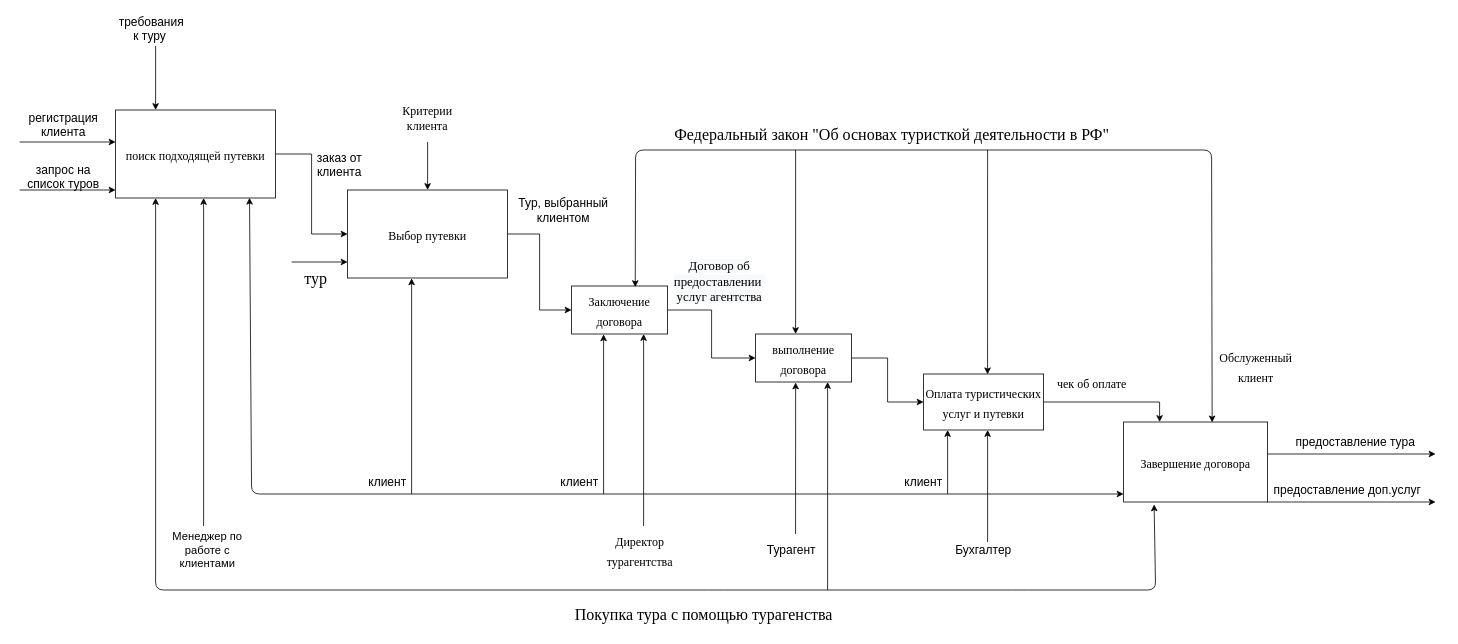
This is Tyragenstvo_IDEF0.drawio from xnfey/IDEF0-fm-, a draw.io file, before an edit. Source tidied: cells renumbered, new cells numbered last; positions are measured from the earlier drawing's top-left corner, leaving out a move shared by most shapes. Both pictures are drawn from the tidied source at 80%, with x=0, y=0 at pixel (19, 14).
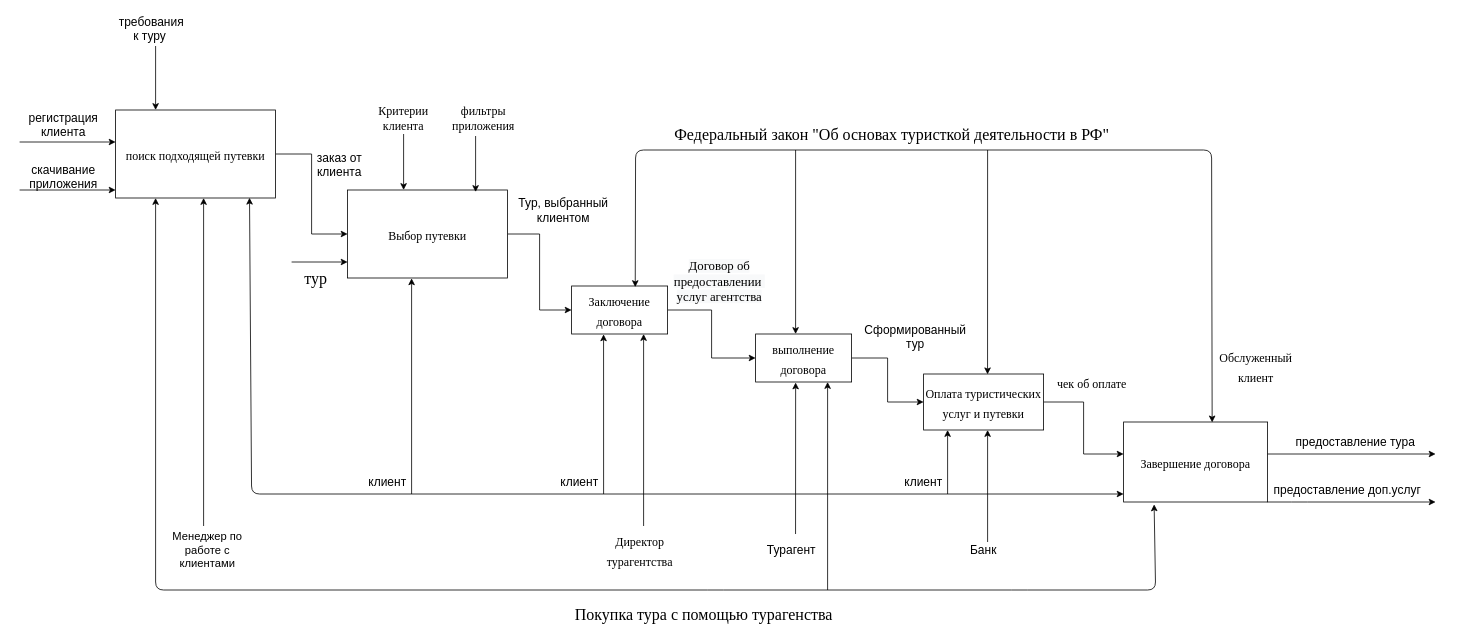
Above is the later version.

Unchanged cells that the change refers to:
```xml
<mxCell id="3" value="&lt;span style=&quot;font-size: 15px;&quot;&gt;Выбор путевки&lt;/span&gt;" style="rounded=0;whiteSpace=wrap;html=1;fontSize=20;fontFamily=Times New Roman;" parent="1" vertex="1">
  <mxGeometry x="410" y="220" width="200" height="110" as="geometry" />
</mxCell>
<mxCell id="16" value="&lt;span style=&quot;font-size: 15px;&quot;&gt;Оплата туристических услуг и путевки&lt;/span&gt;" style="rounded=0;whiteSpace=wrap;html=1;fontFamily=Times New Roman;fontSize=20;" parent="1" vertex="1">
  <mxGeometry x="1130" y="450" width="150" height="70" as="geometry" />
</mxCell>
<mxCell id="17" value="&lt;font style=&quot;font-size: 15px;&quot;&gt;Завершение договора&lt;/font&gt;" style="rounded=0;whiteSpace=wrap;html=1;fontFamily=Times New Roman;fontSize=20;" parent="1" vertex="1">
  <mxGeometry x="1380" y="510" width="180" height="100" as="geometry" />
</mxCell>
```

Change to the diagram source:
```diff
@@
-    <mxCell id="15" style="edgeStyle=orthogonalEdgeStyle;rounded=0;jettySize=auto;html=1;entryX=0.25;entryY=0;entryDx=0;entryDy=0;fontFamily=Times New Roman;fontSize=20;" parent="1" edge="1" source="16" target="17">
+    <mxCell id="15" style="edgeStyle=orthogonalEdgeStyle;rounded=0;jettySize=auto;html=1;entryX=0;entryY=0.4;entryDx=0;entryDy=0;fontFamily=Times New Roman;fontSize=20;entryPerimeter=0;" parent="1" edge="1" source="16" target="17">
       <mxGeometry relative="1" as="geometry" />
     </mxCell>
@@
-    <mxCell id="22" style="endArrow=classic;html=1;rounded=0;fontFamily=Times New Roman;fontSize=20;entryX=0.5;entryY=0;entryDx=0;entryDy=0;" parent="1" edge="1" target="3">
-      <mxGeometry relative="1" as="geometry">
-        <mxPoint x="510" y="160" as="sourcePoint" />
-      </mxGeometry>
-    </mxCell>
@@
-    <mxCell id="38" value="запрос на список туров" style="text;html=1;strokeColor=none;fillColor=none;align=center;verticalAlign=middle;whiteSpace=wrap;rounded=0;strokeWidth=15;fontSize=15;" parent="1" vertex="1">
+    <mxCell id="38" value="скачивание приложения" style="text;html=1;strokeColor=none;fillColor=none;align=center;verticalAlign=middle;whiteSpace=wrap;rounded=0;strokeWidth=15;fontSize=15;" parent="1" vertex="1">
       <mxGeometry y="185" width="110" height="35" as="geometry" />
     </mxCell>
@@
+    <mxCell id="54" style="edgeStyle=orthogonalEdgeStyle;rounded=0;jettySize=auto;html=1;" parent="1" edge="1" source="41" target="3">
+      <mxGeometry relative="1" as="geometry">
+        <Array as="points">
+          <mxPoint x="480" y="180" />
+          <mxPoint x="480" y="180" />
+        </Array>
+      </mxGeometry>
+    </mxCell>
     <mxCell id="41" value="&lt;span style=&quot;font-family: &amp;quot;Times New Roman&amp;quot;;&quot;&gt;Критерии&lt;/span&gt;&lt;br style=&quot;font-family: &amp;quot;Times New Roman&amp;quot;;&quot;&gt;&lt;span style=&quot;font-family: &amp;quot;Times New Roman&amp;quot;;&quot;&gt;клиента&lt;/span&gt;" style="text;html=1;strokeColor=none;fillColor=none;align=center;verticalAlign=middle;whiteSpace=wrap;rounded=0;strokeWidth=15;fontSize=15;" parent="1" vertex="1">
-      <mxGeometry x="460" y="110" width="100" height="40" as="geometry" />
+      <mxGeometry x="430" y="110" width="100" height="40" as="geometry" />
     </mxCell>
@@
-    <mxCell id="43" value="Бухгалтер" style="text;html=1;strokeColor=none;fillColor=none;align=center;verticalAlign=middle;whiteSpace=wrap;rounded=0;strokeWidth=15;fontSize=15;" parent="1" vertex="1">
+    <mxCell id="43" value="Банк" style="text;html=1;strokeColor=none;fillColor=none;align=center;verticalAlign=middle;whiteSpace=wrap;rounded=0;strokeWidth=15;fontSize=15;" parent="1" vertex="1">
       <mxGeometry x="1175" y="655" width="60" height="30" as="geometry" />
     </mxCell>
@@
+    <mxCell id="55" style="edgeStyle=orthogonalEdgeStyle;rounded=0;orthogonalLoop=1;jettySize=auto;html=1;" parent="1" edge="1">
+      <mxGeometry x="-0.43" y="50" relative="1" as="geometry">
+        <mxPoint x="570" y="152.5" as="sourcePoint" />
+        <mxPoint x="570" y="222.5" as="targetPoint" />
+        <Array as="points">
+          <mxPoint x="570" y="182.5" />
+          <mxPoint x="570" y="182.5" />
+        </Array>
+      </mxGeometry>
+    </mxCell>
+    <mxCell id="56" value="&lt;font face=&quot;Times New Roman&quot;&gt;фильтры приложения&lt;/font&gt;" style="text;html=1;strokeColor=none;fillColor=none;align=center;verticalAlign=middle;whiteSpace=wrap;rounded=0;strokeWidth=15;fontSize=15;" parent="1" vertex="1">
+      <mxGeometry x="530" y="110" width="100" height="40" as="geometry" />
+    </mxCell>
+    <mxCell id="57" value="Сформированный тур" style="text;html=1;strokeColor=none;fillColor=none;align=center;verticalAlign=middle;whiteSpace=wrap;rounded=0;strokeWidth=15;fontSize=15;" parent="1" vertex="1">
+      <mxGeometry x="1065" y="370" width="110" height="65" as="geometry" />
+    </mxCell>
```
